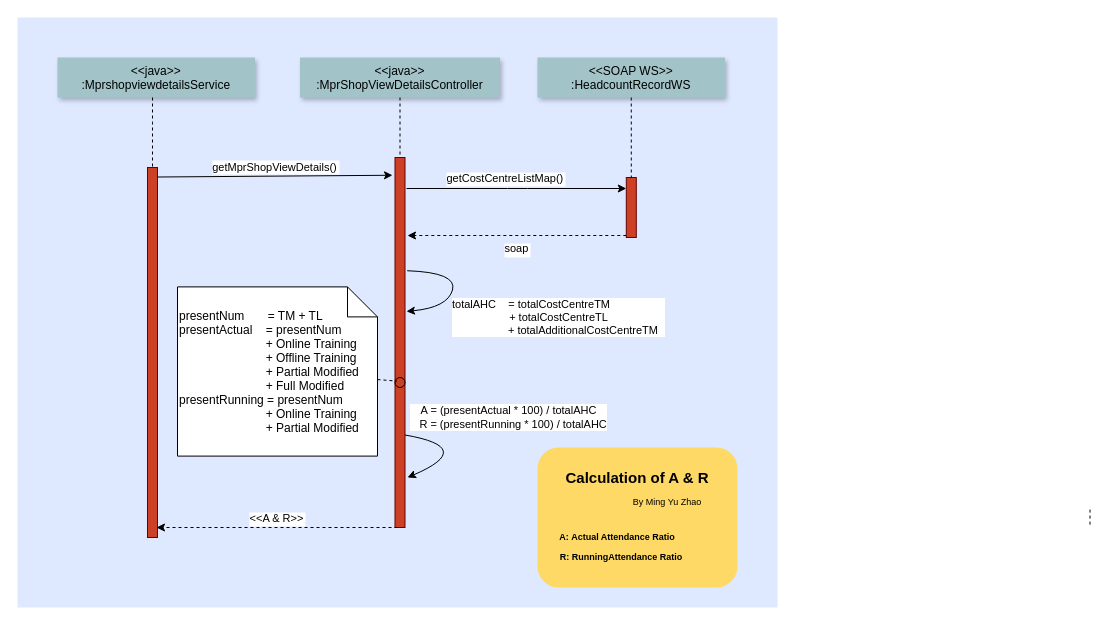
This is AR Calculation.drawio from mingyuzhao/Diagrams, a draw.io file, before an edit. Source tidied: cells renumbered, new cells numbered last; positions are measured from the earlier drawing's top-left corner, leaving out a move shared by most shapes. Both pictures are drawn from the tidied source at 100%, with x=0, y=0 at pixel (17, 17).
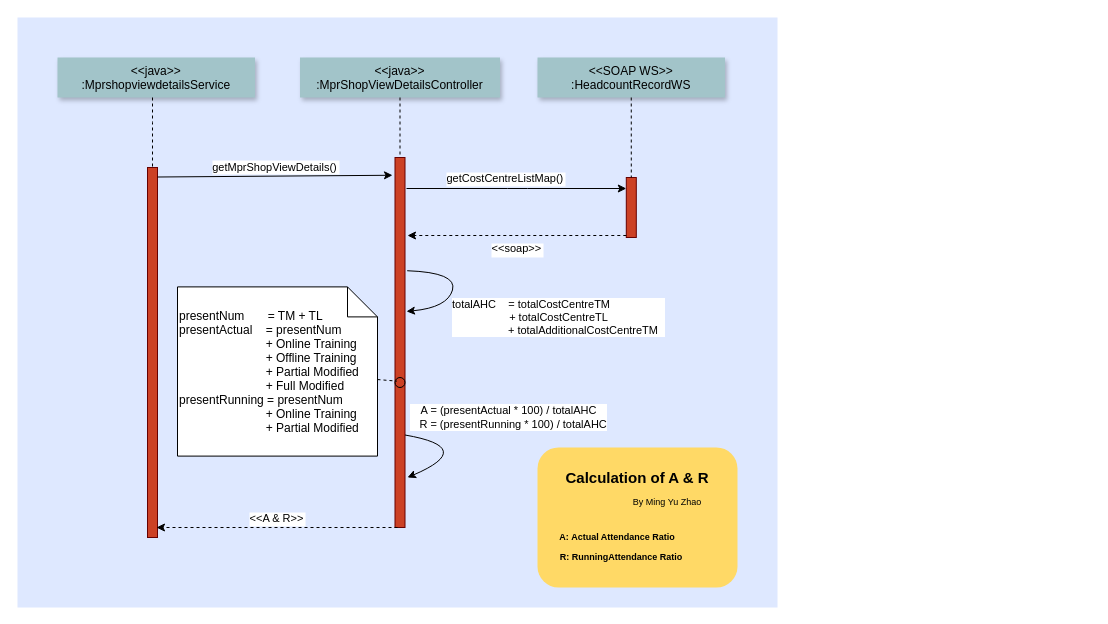
The same page after the edit.

The change refers to these unchanged cells:
```xml
<mxCell id="9" style="fillColor=#CC4125;strokeColor=#660000;" parent="1" vertex="1">
  <mxGeometry x="608.8" y="160" width="10" height="60" as="geometry" />
</mxCell>
```

What changed in the source:
```diff
@@
-    <mxCell id="13" value="soap" style="edgeStyle=elbowEdgeStyle;elbow=vertical;dashed=1;verticalLabelPosition=bottom;verticalAlign=top;" parent="1" edge="1" source="9">
+    <mxCell id="13" value="&lt;&lt;soap&gt;&gt;" style="edgeStyle=elbowEdgeStyle;elbow=vertical;dashed=1;verticalLabelPosition=bottom;verticalAlign=top;" parent="1" edge="1" source="9">
       <mxGeometry x="550" y="280" as="geometry">
         <mxPoint x="390" y="218" as="targetPoint" />
       </mxGeometry>
     </mxCell>
@@
-    <mxCell id="18" style="edgeStyle=none;endArrow=none;dashed=1;" parent="1" edge="1">
-      <mxGeometry x="1204.1" y="380.1" as="geometry">
-        <mxPoint x="1072.5" y="492.1" as="sourcePoint" />
-        <mxPoint x="1072.5" y="510" as="targetPoint" />
-      </mxGeometry>
-    </mxCell>
```
